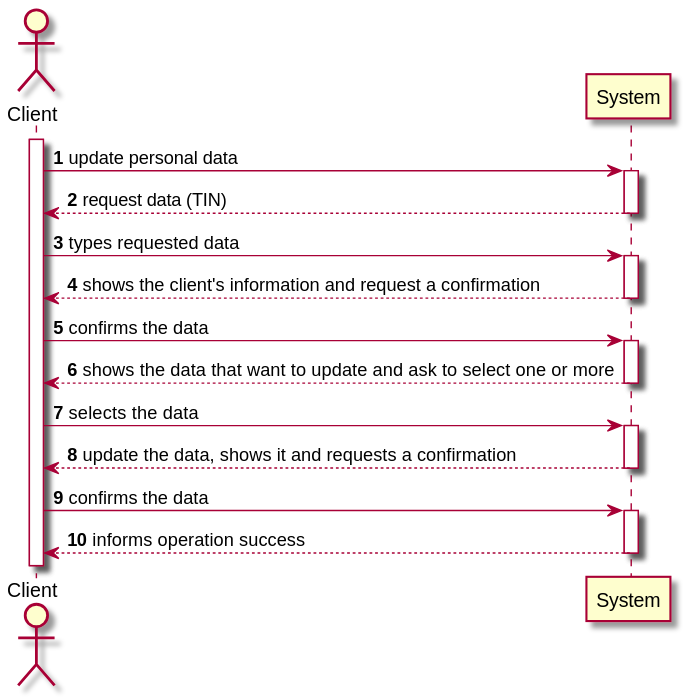
Above: docs/SprintD/US02/US02-SSD.svg in 0franciscor/lei-21-s2-1de-g19 (PlantUML), before the change.
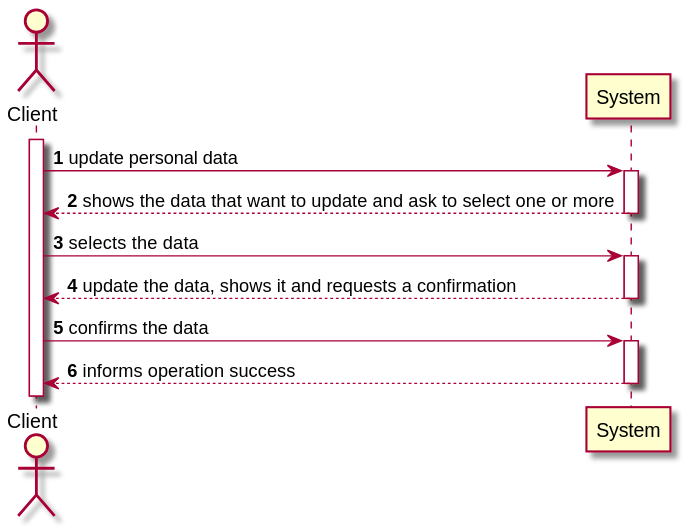
The same diagram one commit later.

Commit message:
[US02] - Alterações na SSD

Diff of the diagram source:
```diff
@@ -5,10 +5,6 @@
 actor "Client" as C
 activate C
 C -> System ++: update personal data
-System -->  C --: request data (TIN)
-C -> System ++: types requested data
-System --> C --: shows the client's information and request a confirmation
-C -> System ++: confirms the data
 System --> C --: shows the data that want to update and ask to select one or more
 C -> System ++: selects the data
 System --> C --: update the data, shows it and requests a confirmation
```
